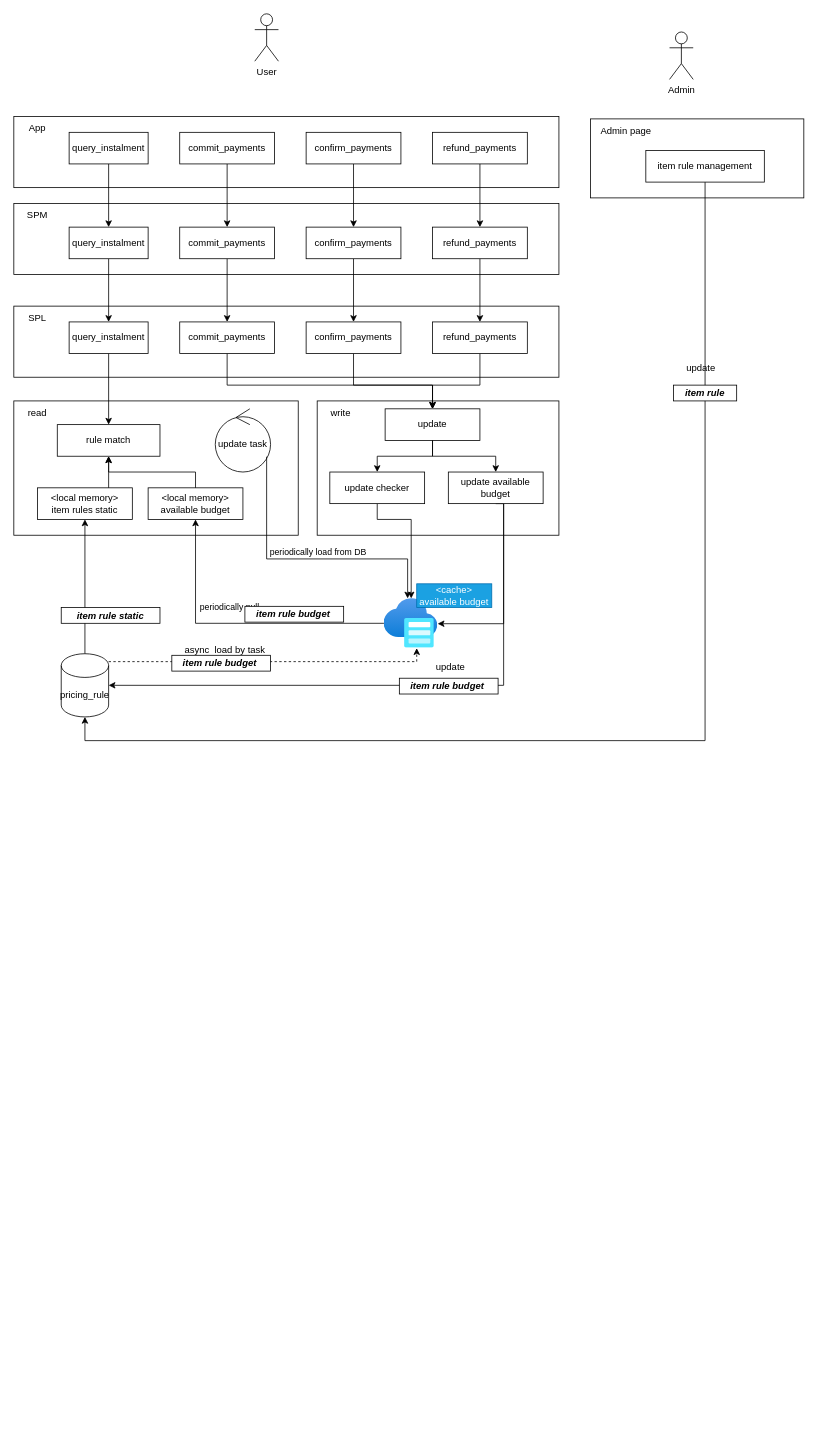
Earlier version of the draw.io diagram page "updated architecture" (2 of 3) of d-sp-since-2022.drawio (xhd2015/bog). Source tidied: cells renumbered, new cells numbered last; positions are measured from the earlier drawing's top-left corner, leaving out a move shared by most shapes. Both pictures are drawn from the tidied source at 79%, with x=0, y=0 at pixel (13, 13).
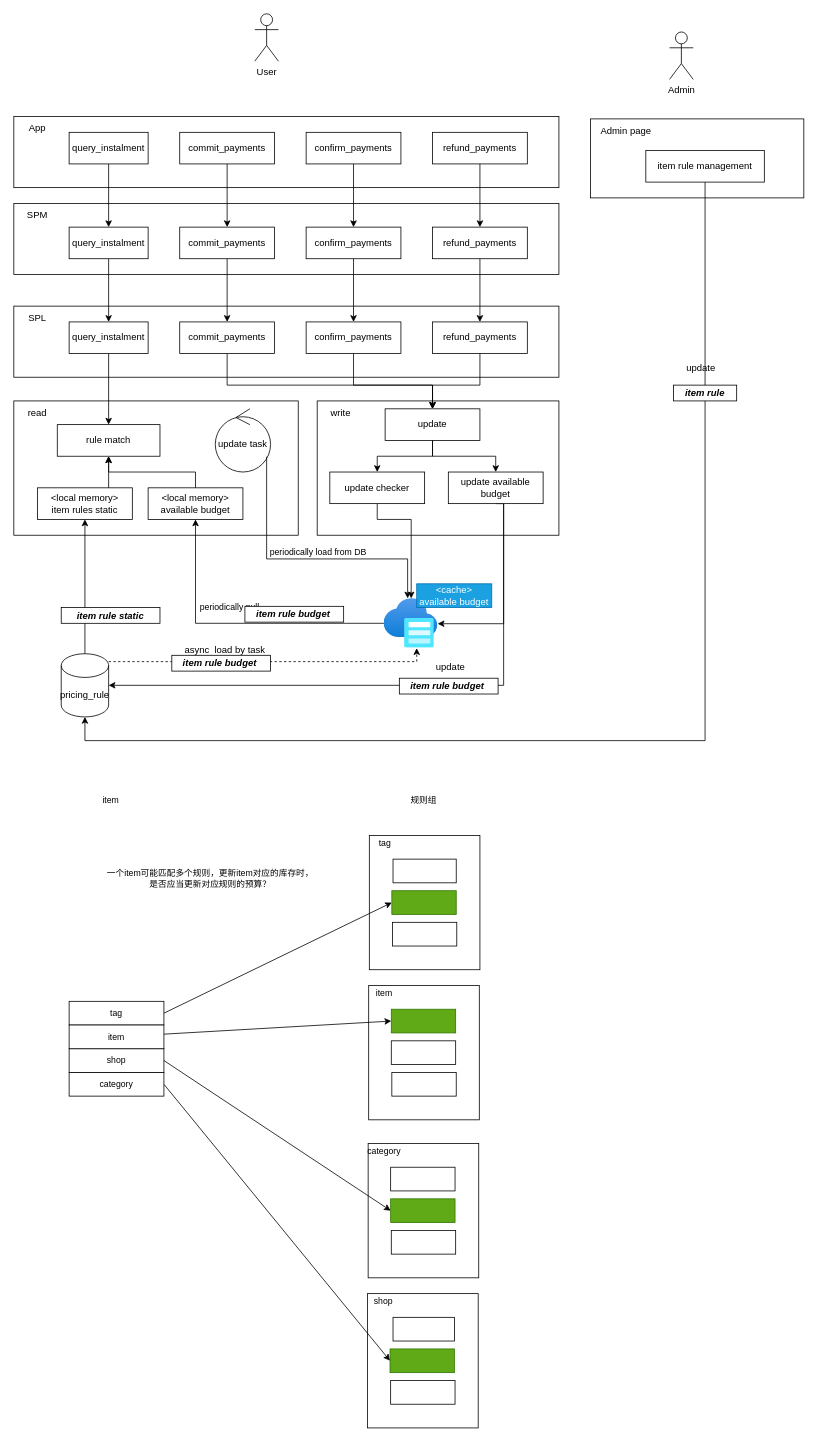
After the change.

Diff of the diagram source:
```diff
@@
+    <mxCell id="74" style="rounded=0;whiteSpace=wrap;html=1;labelBackgroundColor=none;fontFamily=Helvetica;fontSize=11;fontColor=default;strokeColor=default;fillColor=default;" parent="1" vertex="1">
+      <mxGeometry x="447.8" y="1620" width="140" height="170" as="geometry" />
+    </mxCell>
+    <mxCell id="75" style="rounded=0;whiteSpace=wrap;html=1;labelBackgroundColor=none;fontFamily=Helvetica;fontSize=11;fontColor=default;strokeColor=default;fillColor=default;" parent="1" vertex="1">
+      <mxGeometry x="448.5" y="1430" width="140" height="170" as="geometry" />
+    </mxCell>
+    <mxCell id="76" style="rounded=0;whiteSpace=wrap;html=1;labelBackgroundColor=none;fontFamily=Helvetica;fontSize=11;fontColor=default;strokeColor=default;fillColor=default;" parent="1" vertex="1">
+      <mxGeometry x="450" y="1040" width="140" height="170" as="geometry" />
+    </mxCell>
@@
+    <mxCell id="77" style="edgeStyle=none;shape=connector;rounded=0;jettySize=auto;html=1;entryX=0;entryY=0.5;entryDx=0;entryDy=0;labelBackgroundColor=default;fontFamily=Helvetica;fontSize=11;fontColor=default;startArrow=none;startFill=0;endArrow=classic;strokeColor=default;exitX=1;exitY=0.5;exitDx=0;exitDy=0;" parent="1" edge="1" source="78" target="85">
+      <mxGeometry relative="1" as="geometry" />
+    </mxCell>
+    <mxCell id="78" value="tag" style="rounded=0;whiteSpace=wrap;html=1;labelBackgroundColor=none;fontFamily=Helvetica;fontSize=11;fontColor=default;strokeColor=default;fillColor=default;" parent="1" vertex="1">
+      <mxGeometry x="70" y="1250" width="120" height="30" as="geometry" />
+    </mxCell>
+    <mxCell id="79" style="edgeStyle=none;shape=connector;rounded=0;jettySize=auto;html=1;entryX=0;entryY=0.5;entryDx=0;entryDy=0;labelBackgroundColor=default;fontFamily=Helvetica;fontSize=11;fontColor=default;startArrow=none;startFill=0;endArrow=classic;strokeColor=default;exitX=1;exitY=0.5;exitDx=0;exitDy=0;" parent="1" edge="1" source="80" target="100">
+      <mxGeometry relative="1" as="geometry" />
+    </mxCell>
+    <mxCell id="80" value="category" style="rounded=0;whiteSpace=wrap;html=1;labelBackgroundColor=none;fontFamily=Helvetica;fontSize=11;fontColor=default;strokeColor=default;fillColor=default;" parent="1" vertex="1">
+      <mxGeometry x="70" y="1340" width="120" height="30" as="geometry" />
+    </mxCell>
+    <mxCell id="81" style="edgeStyle=none;shape=connector;rounded=0;jettySize=auto;html=1;entryX=0;entryY=0.5;entryDx=0;entryDy=0;labelBackgroundColor=default;fontFamily=Helvetica;fontSize=11;fontColor=default;startArrow=none;startFill=0;endArrow=classic;strokeColor=default;exitX=1;exitY=0.5;exitDx=0;exitDy=0;" parent="1" edge="1" source="82" target="96">
+      <mxGeometry relative="1" as="geometry" />
+    </mxCell>
+    <mxCell id="82" value="shop" style="rounded=0;whiteSpace=wrap;html=1;labelBackgroundColor=none;fontFamily=Helvetica;fontSize=11;fontColor=default;strokeColor=default;fillColor=default;" parent="1" vertex="1">
+      <mxGeometry x="70" y="1310" width="120" height="30" as="geometry" />
+    </mxCell>
+    <mxCell id="83" style="rounded=0;whiteSpace=wrap;html=1;labelBackgroundColor=none;fontFamily=Helvetica;fontSize=11;fontColor=default;strokeColor=default;fillColor=default;" parent="1" vertex="1">
+      <mxGeometry x="480" y="1070" width="80" height="30" as="geometry" />
+    </mxCell>
+    <mxCell id="84" value="tag" style="text;html=1;strokeColor=none;fillColor=none;align=center;verticalAlign=middle;whiteSpace=wrap;rounded=0;labelBackgroundColor=none;fontFamily=Helvetica;fontSize=11;fontColor=default;" parent="1" vertex="1">
+      <mxGeometry x="450" y="1040" width="40" height="20" as="geometry" />
+    </mxCell>
+    <mxCell id="85" style="rounded=0;whiteSpace=wrap;html=1;labelBackgroundColor=none;fontFamily=Helvetica;fontSize=11;fontColor=#ffffff;strokeColor=#2D7600;fillColor=#60a917;" parent="1" vertex="1">
+      <mxGeometry x="478.5" y="1110" width="81.5" height="30" as="geometry" />
+    </mxCell>
+    <mxCell id="86" style="rounded=0;whiteSpace=wrap;html=1;labelBackgroundColor=none;fontFamily=Helvetica;fontSize=11;fontColor=default;strokeColor=default;fillColor=default;" parent="1" vertex="1">
+      <mxGeometry x="479.2" y="1150" width="81.5" height="30" as="geometry" />
+    </mxCell>
+    <mxCell id="87" style="rounded=0;whiteSpace=wrap;html=1;labelBackgroundColor=none;fontFamily=Helvetica;fontSize=11;fontColor=default;strokeColor=default;fillColor=default;" parent="1" vertex="1">
+      <mxGeometry x="449.2" y="1230" width="140" height="170" as="geometry" />
+    </mxCell>
+    <mxCell id="88" style="rounded=0;whiteSpace=wrap;html=1;labelBackgroundColor=none;fontFamily=Helvetica;fontSize=11;fontColor=#ffffff;strokeColor=#2D7600;fillColor=#60a917;" parent="1" vertex="1">
+      <mxGeometry x="477.8" y="1260" width="81.5" height="30" as="geometry" />
+    </mxCell>
+    <mxCell id="89" value="item" style="text;html=1;strokeColor=none;fillColor=none;align=center;verticalAlign=middle;whiteSpace=wrap;rounded=0;labelBackgroundColor=none;fontFamily=Helvetica;fontSize=11;fontColor=default;" parent="1" vertex="1">
+      <mxGeometry x="449.2" y="1230" width="40" height="20" as="geometry" />
+    </mxCell>
+    <mxCell id="90" style="rounded=0;whiteSpace=wrap;html=1;labelBackgroundColor=none;fontFamily=Helvetica;fontSize=11;fontColor=default;strokeColor=default;fillColor=default;" parent="1" vertex="1">
+      <mxGeometry x="477.8" y="1300" width="81.5" height="30" as="geometry" />
+    </mxCell>
+    <mxCell id="91" style="rounded=0;whiteSpace=wrap;html=1;labelBackgroundColor=none;fontFamily=Helvetica;fontSize=11;fontColor=default;strokeColor=default;fillColor=default;" parent="1" vertex="1">
+      <mxGeometry x="478.5" y="1340" width="81.5" height="30" as="geometry" />
+    </mxCell>
+    <mxCell id="92" style="edgeStyle=none;shape=connector;rounded=0;jettySize=auto;html=1;entryX=0;entryY=0.5;entryDx=0;entryDy=0;labelBackgroundColor=default;fontFamily=Helvetica;fontSize=11;fontColor=default;startArrow=none;startFill=0;endArrow=classic;strokeColor=default;" parent="1" edge="1" source="93" target="88">
+      <mxGeometry relative="1" as="geometry" />
+    </mxCell>
+    <mxCell id="93" value="item" style="rounded=0;whiteSpace=wrap;html=1;labelBackgroundColor=none;fontFamily=Helvetica;fontSize=11;fontColor=default;strokeColor=default;fillColor=default;" parent="1" vertex="1">
+      <mxGeometry x="70" y="1280" width="120" height="30" as="geometry" />
+    </mxCell>
+    <mxCell id="94" style="rounded=0;whiteSpace=wrap;html=1;labelBackgroundColor=none;fontFamily=Helvetica;fontSize=11;fontColor=default;strokeColor=default;fillColor=default;" parent="1" vertex="1">
+      <mxGeometry x="477" y="1460" width="81.5" height="30" as="geometry" />
+    </mxCell>
+    <mxCell id="95" value="category" style="text;html=1;strokeColor=none;fillColor=none;align=center;verticalAlign=middle;whiteSpace=wrap;rounded=0;labelBackgroundColor=none;fontFamily=Helvetica;fontSize=11;fontColor=default;" parent="1" vertex="1">
+      <mxGeometry x="448.5" y="1430" width="40" height="20" as="geometry" />
+    </mxCell>
+    <mxCell id="96" style="rounded=0;whiteSpace=wrap;html=1;labelBackgroundColor=none;fontFamily=Helvetica;fontSize=11;fontColor=#ffffff;strokeColor=#2D7600;fillColor=#60a917;" parent="1" vertex="1">
+      <mxGeometry x="477" y="1500" width="81.5" height="30" as="geometry" />
+    </mxCell>
+    <mxCell id="97" style="rounded=0;whiteSpace=wrap;html=1;labelBackgroundColor=none;fontFamily=Helvetica;fontSize=11;fontColor=default;strokeColor=default;fillColor=default;" parent="1" vertex="1">
+      <mxGeometry x="477.8" y="1540" width="81.5" height="30" as="geometry" />
+    </mxCell>
+    <mxCell id="98" style="rounded=0;whiteSpace=wrap;html=1;labelBackgroundColor=none;fontFamily=Helvetica;fontSize=11;fontColor=default;strokeColor=default;fillColor=default;" parent="1" vertex="1">
+      <mxGeometry x="480" y="1650" width="77.8" height="30" as="geometry" />
+    </mxCell>
+    <mxCell id="99" value="shop" style="text;html=1;strokeColor=none;fillColor=none;align=center;verticalAlign=middle;whiteSpace=wrap;rounded=0;labelBackgroundColor=none;fontFamily=Helvetica;fontSize=11;fontColor=default;" parent="1" vertex="1">
+      <mxGeometry x="447.8" y="1620" width="40" height="20" as="geometry" />
+    </mxCell>
+    <mxCell id="100" style="rounded=0;whiteSpace=wrap;html=1;labelBackgroundColor=none;fontFamily=Helvetica;fontSize=11;fontColor=#ffffff;strokeColor=#2D7600;fillColor=#60a917;" parent="1" vertex="1">
+      <mxGeometry x="476.2" y="1690" width="81.5" height="30" as="geometry" />
+    </mxCell>
+    <mxCell id="101" style="rounded=0;whiteSpace=wrap;html=1;labelBackgroundColor=none;fontFamily=Helvetica;fontSize=11;fontColor=default;strokeColor=default;fillColor=default;" parent="1" vertex="1">
+      <mxGeometry x="477" y="1730" width="81.5" height="30" as="geometry" />
+    </mxCell>
+    <mxCell id="102" value="item" style="text;html=1;strokeColor=none;fillColor=none;align=center;verticalAlign=middle;whiteSpace=wrap;rounded=0;labelBackgroundColor=none;fontFamily=Helvetica;fontSize=11;fontColor=default;" parent="1" vertex="1">
+      <mxGeometry x="92.5" y="980" width="60" height="30" as="geometry" />
+    </mxCell>
+    <mxCell id="103" value="规则组" style="text;html=1;strokeColor=none;fillColor=none;align=center;verticalAlign=middle;whiteSpace=wrap;rounded=0;labelBackgroundColor=none;fontFamily=Helvetica;fontSize=11;fontColor=default;" parent="1" vertex="1">
+      <mxGeometry x="488.5" y="980" width="60" height="30" as="geometry" />
+    </mxCell>
+    <mxCell id="104" value="一个item可能匹配多个规则，更新item对应的库存时，是否应当更新对应规则的预算？" style="text;html=1;strokeColor=none;fillColor=none;align=center;verticalAlign=middle;whiteSpace=wrap;rounded=0;labelBackgroundColor=none;fontFamily=Helvetica;fontSize=11;fontColor=default;" parent="1" vertex="1">
+      <mxGeometry x="114" y="1080" width="270" height="30" as="geometry" />
+    </mxCell>
```
